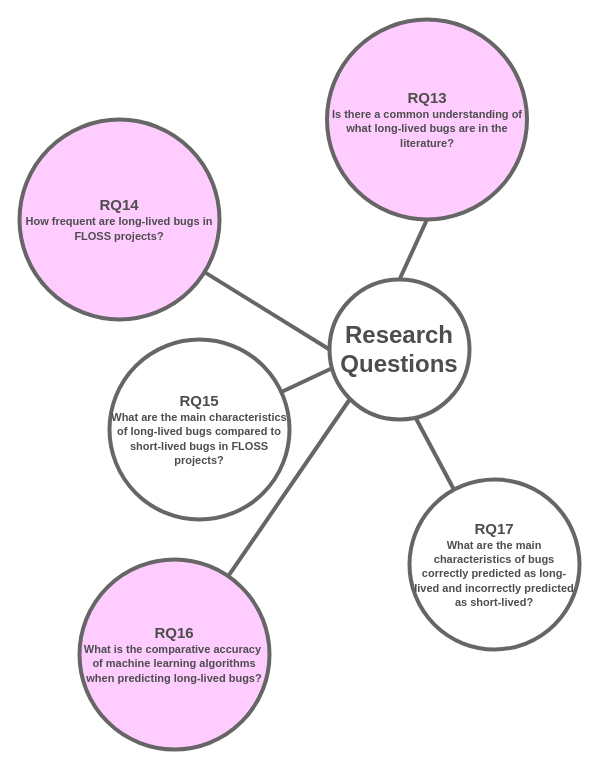
Earlier version of the draw.io diagram page "goal-2-rqs" (3 of 9) of figures/Presentation Figures.drawio (gomesluiz/my-doctoral-presentation). Source tidied: cells renumbered, new cells numbered last; positions are measured from the earlier drawing's top-left corner, leaving out a move shared by most shapes. Both pictures are drawn from the tidied source at 100%, with x=0, y=0 at pixel (19, 19).
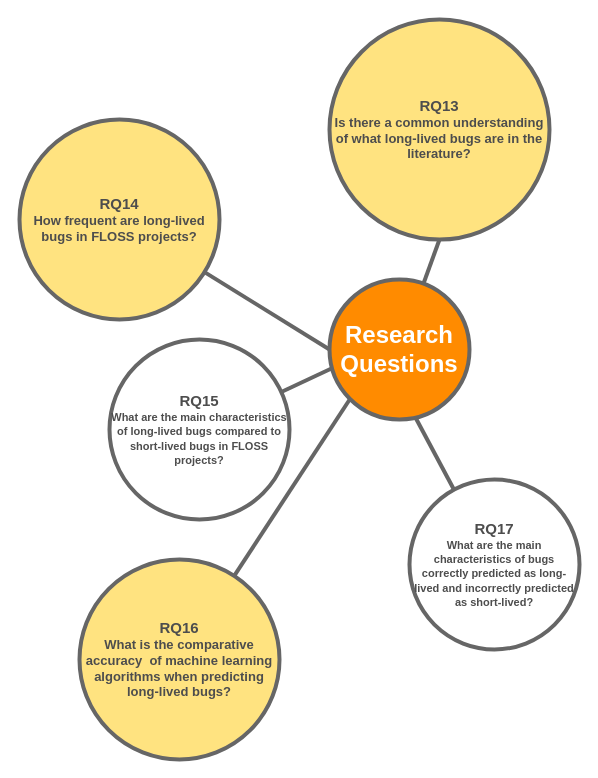
The same page after the edit.

Change to the diagram source:
```diff
@@
 <mxGraphModel>
   <root>
     <mxCell id="0" />
     <mxCell id="1" parent="0" />
-    <mxCell id="2" value="&lt;font color=&quot;#4d4d4d&quot; style=&quot;font-size: 24px&quot;&gt;&lt;b&gt;Research&lt;br&gt;Questions&lt;/b&gt;&lt;/font&gt;" style="ellipse;whiteSpace=wrap;html=1;strokeWidth=4;strokeColor=#666666;" parent="1" vertex="1">
+    <mxCell id="2" value="&lt;font style=&quot;font-size: 24px&quot;&gt;&lt;b&gt;Research&lt;br&gt;Questions&lt;/b&gt;&lt;/font&gt;" style="ellipse;whiteSpace=wrap;html=1;strokeWidth=4;strokeColor=#666666;fillColor=#FF8B00;fontColor=#FFFFFF;" parent="1" vertex="1">
       <mxGeometry x="310" y="260" width="140" height="140" as="geometry" />
     </mxCell>
     <mxCell id="3" style="rounded=0;jettySize=auto;html=1;entryX=0;entryY=0.5;entryDx=0;entryDy=0;endArrow=none;endFill=0;strokeWidth=4;strokeColor=#666666;" parent="1" edge="1" source="4" target="2">
       <mxGeometry relative="1" as="geometry" />
     </mxCell>
-    <mxCell id="4" value="&lt;font color=&quot;#4d4d4d&quot; style=&quot;font-size: 11px&quot;&gt;&lt;b&gt;&lt;span style=&quot;font-size: 15px&quot;&gt;RQ14&lt;br&gt;&lt;/span&gt;&lt;/b&gt;&lt;/font&gt;&lt;font color=&quot;#4d4d4d&quot;&gt;&lt;span style=&quot;font-size: 11px&quot;&gt;&lt;b&gt;How frequent are long-lived bugs in FLOSS projects?&lt;/b&gt;&lt;/span&gt;&lt;/font&gt;" style="ellipse;whiteSpace=wrap;html=1;strokeWidth=4;fillColor=#FFCCFF;strokeColor=#666666;" parent="1" vertex="1">
+    <mxCell id="4" value="&lt;font color=&quot;#4d4d4d&quot; style=&quot;font-size: 11px&quot;&gt;&lt;b&gt;&lt;span style=&quot;font-size: 15px&quot;&gt;RQ14&lt;br&gt;&lt;/span&gt;&lt;/b&gt;&lt;/font&gt;&lt;font color=&quot;#4d4d4d&quot; size=&quot;1&quot;&gt;&lt;b style=&quot;font-size: 13px&quot;&gt;How frequent are long-lived bugs in FLOSS projects?&lt;/b&gt;&lt;/font&gt;" style="ellipse;whiteSpace=wrap;html=1;strokeWidth=4;strokeColor=#666666;fillColor=#FFE380;" parent="1" vertex="1">
       <mxGeometry y="100" width="200" height="200" as="geometry" />
     </mxCell>
     <mxCell id="5" style="edgeStyle=none;rounded=0;jettySize=auto;html=1;entryX=0.014;entryY=0.636;entryDx=0;entryDy=0;endArrow=none;endFill=0;strokeWidth=4;entryPerimeter=0;strokeColor=#666666;" parent="1" edge="1" source="6" target="2">
       <mxGeometry relative="1" as="geometry" />
     </mxCell>
     <mxCell id="6" value="&lt;font color=&quot;#4d4d4d&quot; style=&quot;font-size: 11px&quot;&gt;&lt;b&gt;&lt;span style=&quot;font-size: 15px&quot;&gt;RQ15&lt;/span&gt;&lt;font style=&quot;font-size: 11px&quot;&gt;&lt;br&gt;&lt;/font&gt;&lt;/b&gt;&lt;/font&gt;&lt;font color=&quot;#4d4d4d&quot;&gt;&lt;span style=&quot;font-size: 11px&quot;&gt;&lt;b&gt;What are the main characteristics of long-lived bugs compared to short-lived bugs in FLOSS projects?&lt;/b&gt;&lt;/span&gt;&lt;/font&gt;" style="ellipse;whiteSpace=wrap;html=1;strokeWidth=4;strokeColor=#666666;" parent="1" vertex="1">
       <mxGeometry x="90" y="320" width="180" height="180" as="geometry" />
     </mxCell>
     <mxCell id="7" style="edgeStyle=none;rounded=0;jettySize=auto;html=1;entryX=0;entryY=1;entryDx=0;entryDy=0;endArrow=none;endFill=0;strokeWidth=4;strokeColor=#666666;" parent="1" edge="1" source="8" target="2">
       <mxGeometry relative="1" as="geometry" />
     </mxCell>
-    <mxCell id="8" value="&lt;font color=&quot;#4d4d4d&quot; style=&quot;font-size: 11px&quot;&gt;&lt;b&gt;&lt;span style=&quot;font-size: 15px&quot;&gt;RQ16&lt;/span&gt;&lt;font style=&quot;font-size: 11px&quot;&gt;&lt;br&gt;&lt;/font&gt;&lt;/b&gt;&lt;/font&gt;&lt;font color=&quot;#4d4d4d&quot;&gt;&lt;span style=&quot;font-size: 11px&quot;&gt;&lt;b&gt;What is the comparative accuracy&amp;nbsp; of machine learning algorithms when predicting long-lived bugs?&lt;/b&gt;&lt;/span&gt;&lt;/font&gt;" style="ellipse;whiteSpace=wrap;html=1;strokeWidth=4;fillColor=#FFCCFF;strokeColor=#666666;" parent="1" vertex="1">
-      <mxGeometry x="60" y="540" width="190" height="190" as="geometry" />
+    <mxCell id="8" value="&lt;font color=&quot;#4d4d4d&quot; style=&quot;font-size: 11px&quot;&gt;&lt;b&gt;&lt;span style=&quot;font-size: 15px&quot;&gt;RQ16&lt;/span&gt;&lt;font style=&quot;font-size: 11px&quot;&gt;&lt;br&gt;&lt;/font&gt;&lt;/b&gt;&lt;/font&gt;&lt;font color=&quot;#4d4d4d&quot; size=&quot;1&quot;&gt;&lt;b style=&quot;font-size: 13px&quot;&gt;What is the comparative accuracy&amp;nbsp; of machine learning algorithms when predicting long-lived bugs?&lt;/b&gt;&lt;/font&gt;" style="ellipse;whiteSpace=wrap;html=1;strokeWidth=4;fillColor=#FFE380;strokeColor=#666666;" parent="1" vertex="1">
+      <mxGeometry x="60" y="540" width="200" height="200" as="geometry" />
     </mxCell>
     <mxCell id="9" style="edgeStyle=none;rounded=0;jettySize=auto;html=1;entryX=0.614;entryY=0.986;entryDx=0;entryDy=0;endArrow=none;endFill=0;strokeWidth=4;entryPerimeter=0;strokeColor=#666666;" parent="1" edge="1" source="10" target="2">
       <mxGeometry relative="1" as="geometry" />
     </mxCell>
     <mxCell id="10" value="&lt;font color=&quot;#4d4d4d&quot; style=&quot;font-size: 11px&quot;&gt;&lt;b&gt;&lt;span style=&quot;font-size: 15px&quot;&gt;RQ17&lt;/span&gt;&lt;font style=&quot;font-size: 11px&quot;&gt;&lt;br&gt;&lt;/font&gt;&lt;/b&gt;&lt;/font&gt;&lt;font color=&quot;#4d4d4d&quot;&gt;&lt;span style=&quot;font-size: 11px&quot;&gt;&lt;b&gt;What are the main characteristics of bugs correctly predicted as long-lived and incorrectly predicted as short-lived?&lt;/b&gt;&lt;/span&gt;&lt;/font&gt;" style="ellipse;whiteSpace=wrap;html=1;strokeWidth=4;strokeColor=#666666;" parent="1" vertex="1">
       <mxGeometry x="390" y="460" width="170" height="170" as="geometry" />
     </mxCell>
-    <mxCell id="11" style="edgeStyle=none;rounded=0;jettySize=auto;html=1;entryX=0.5;entryY=0;entryDx=0;entryDy=0;endArrow=none;endFill=0;strokeWidth=4;exitX=0.5;exitY=1;exitDx=0;exitDy=0;strokeColor=#666666;" parent="1" edge="1" source="12" target="2">
+    <mxCell id="11" style="edgeStyle=none;rounded=0;jettySize=auto;html=1;endArrow=none;endFill=0;strokeWidth=4;exitX=0.5;exitY=1;exitDx=0;exitDy=0;strokeColor=#666666;" parent="1" edge="1" source="12" target="2">
       <mxGeometry relative="1" as="geometry" />
     </mxCell>
-    <mxCell id="12" value="&lt;font color=&quot;#4d4d4d&quot; style=&quot;font-size: 11px&quot;&gt;&lt;b&gt;&lt;span style=&quot;font-size: 15px&quot;&gt;RQ13&lt;br&gt;&lt;/span&gt;&lt;/b&gt;&lt;/font&gt;&lt;font color=&quot;#4d4d4d&quot;&gt;&lt;span style=&quot;font-size: 11px&quot;&gt;&lt;b&gt;Is there a common understanding of what long-lived bugs are in the literature?&lt;/b&gt;&lt;/span&gt;&lt;/font&gt;" style="ellipse;whiteSpace=wrap;html=1;strokeWidth=4;strokeColor=#666666;fillColor=#FFCCFF;" parent="1" vertex="1">
-      <mxGeometry x="307.5" width="200" height="200" as="geometry" />
+    <mxCell id="12" value="&lt;font color=&quot;#4d4d4d&quot; style=&quot;font-size: 11px&quot;&gt;&lt;b&gt;&lt;span style=&quot;font-size: 15px&quot;&gt;RQ13&lt;br&gt;&lt;/span&gt;&lt;/b&gt;&lt;/font&gt;&lt;font color=&quot;#4d4d4d&quot; size=&quot;1&quot;&gt;&lt;b style=&quot;font-size: 13px&quot;&gt;Is there a common understanding of what long-lived bugs are in the literature?&lt;/b&gt;&lt;/font&gt;" style="ellipse;whiteSpace=wrap;html=1;strokeWidth=4;strokeColor=#666666;fillColor=#FFE380;" parent="1" vertex="1">
+      <mxGeometry x="310" width="220" height="220" as="geometry" />
     </mxCell>
   </root>
 </mxGraphModel>
```
